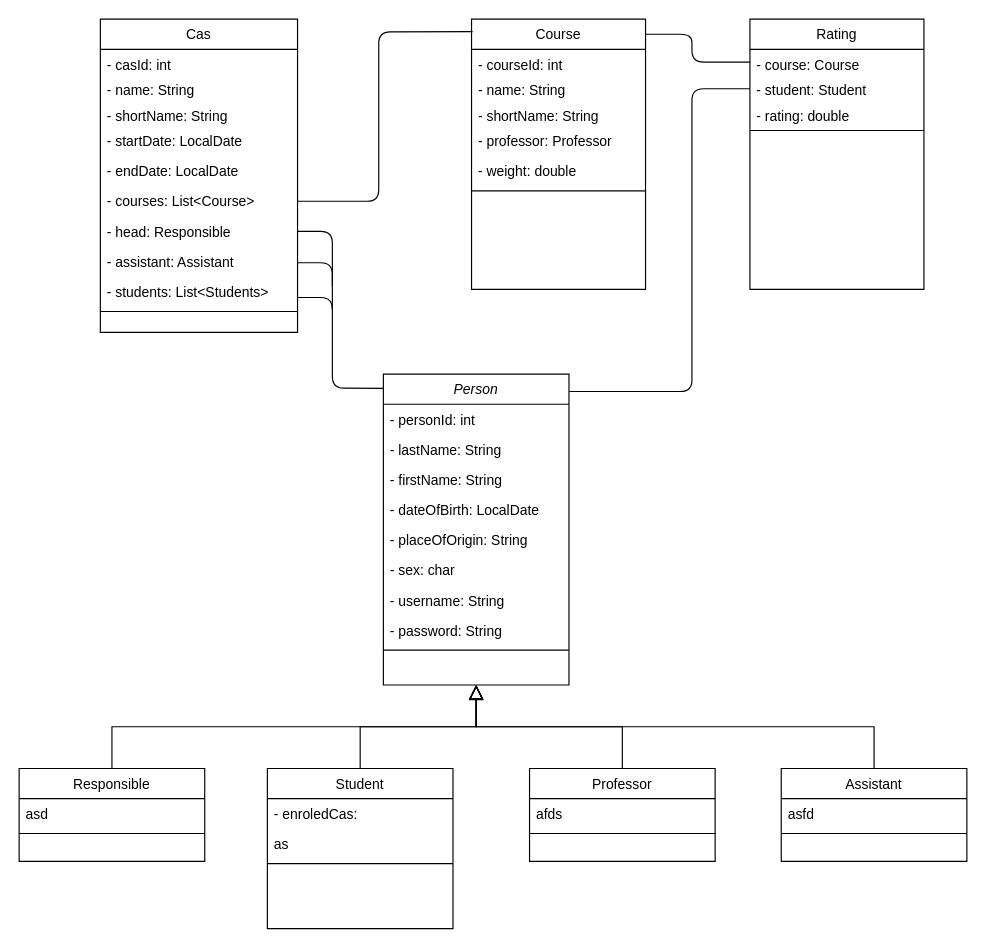
Above: page "Page-1" (1 of 2) of docs/Class.drawio in igorstojanovic91/bfh_equals (draw.io), before the change. Source tidied: cells renumbered, new cells numbered last; positions are measured from the earlier drawing's top-left corner, leaving out a move shared by most shapes. Both pictures are drawn from the tidied source at 116%, with x=0, y=0 at pixel (19, 19).
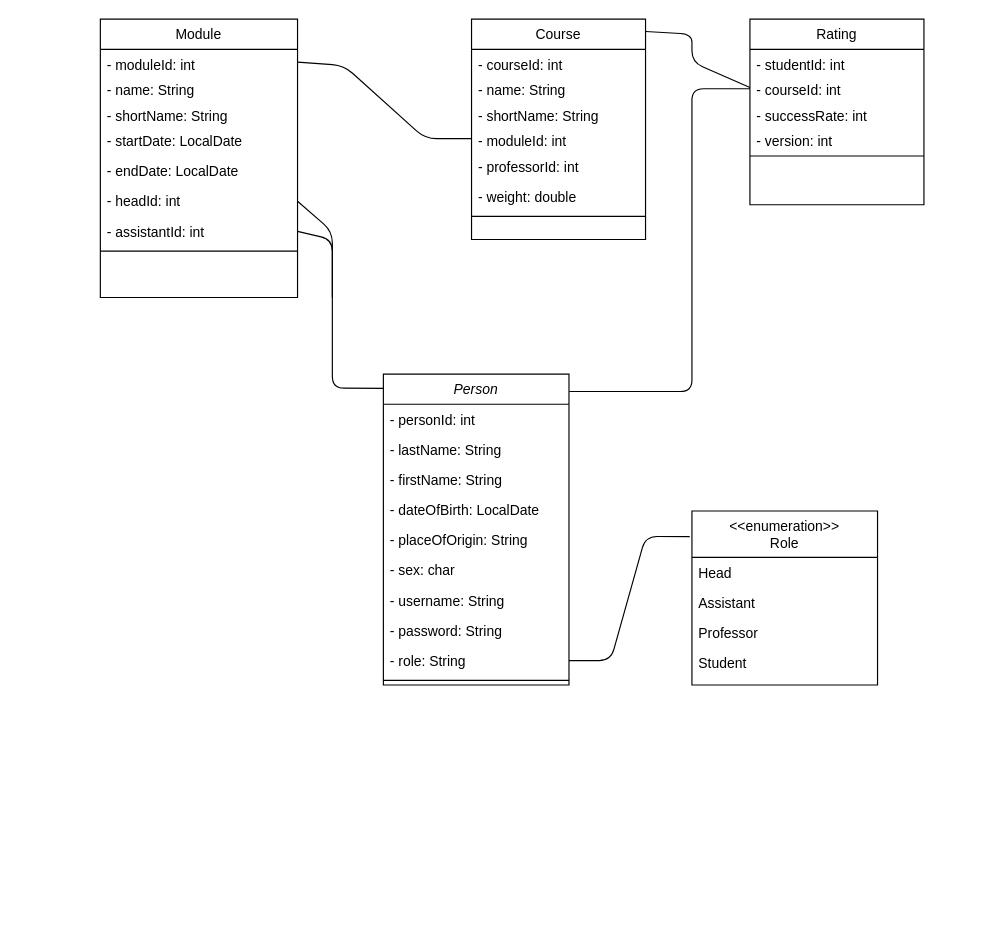
After the change.

Commit message:
Updating class diagram

The change refers to these unchanged cells:
```xml
<mxCell id="2" value="Person" style="swimlane;fontStyle=2;align=center;verticalAlign=top;horizontal=1;startSize=26;rounded=0;shadow=0;strokeWidth=1;" parent="1" vertex="1">
  <mxGeometry x="314" y="306" width="160" height="268" as="geometry" />
</mxCell>
```

The edit, as a diff of the source:
```diff
@@
+    <mxCell id="58" value="- role: String" style="text;align=left;verticalAlign=top;spacingLeft=4;spacingRight=4;overflow=hidden;points=[[0,0.5],[1,0.5]];portConstraint=eastwest;rounded=0;shadow=0;html=0;" parent="2" vertex="1">
+      <mxGeometry y="234" width="160" height="26" as="geometry" />
+    </mxCell>
     <mxCell id="11" style="line;html=1;strokeWidth=1;align=left;verticalAlign=middle;spacingTop=-1;spacingLeft=3;spacingRight=3;labelPosition=right;" parent="2" vertex="1">
-      <mxGeometry y="234" width="160" height="8" as="geometry" />
+      <mxGeometry y="260" width="160" height="8" as="geometry" />
     </mxCell>
-    <mxCell id="12" value="Student" style="swimlane;fontStyle=0;align=center;verticalAlign=top;horizontal=1;startSize=26;rounded=0;shadow=0;strokeWidth=1;" parent="1" vertex="1">
-      <mxGeometry x="214" y="646" width="160" height="138" as="geometry" />
-    </mxCell>
-    <mxCell id="13" value="- enroledCas: " style="text;align=left;verticalAlign=top;spacingLeft=4;spacingRight=4;overflow=hidden;" parent="12" vertex="1">
-      <mxGeometry y="26" width="160" height="26" as="geometry" />
-    </mxCell>
-    <mxCell id="14" value="as" style="text;align=left;verticalAlign=top;spacingLeft=4;spacingRight=4;overflow=hidden;rounded=0;shadow=0;html=0;" parent="12" vertex="1">
-      <mxGeometry y="52" width="160" height="26" as="geometry" />
-    </mxCell>
-    <mxCell id="15" style="line;html=1;strokeWidth=1;align=left;verticalAlign=middle;spacingTop=-1;spacingLeft=3;spacingRight=3;labelPosition=right;" parent="12" vertex="1">
-      <mxGeometry y="78" width="160" height="8" as="geometry" />
-    </mxCell>
-    <mxCell id="16" style="endArrow=block;endSize=10;endFill=0;shadow=0;strokeWidth=1;rounded=0;edgeStyle=elbowEdgeStyle;elbow=vertical;" parent="1" edge="1" source="12" target="2">
-      <mxGeometry relative="1" as="geometry" />
-    </mxCell>
-    <mxCell id="17" value="Professor" style="swimlane;fontStyle=0;align=center;verticalAlign=top;horizontal=1;startSize=26;rounded=0;shadow=0;strokeWidth=1;" parent="1" vertex="1">
-      <mxGeometry x="440" y="646" width="160" height="80" as="geometry" />
-    </mxCell>
-    <mxCell id="18" value="afds" style="text;align=left;verticalAlign=top;spacingLeft=4;spacingRight=4;overflow=hidden;" parent="17" vertex="1">
-      <mxGeometry y="26" width="160" height="26" as="geometry" />
-    </mxCell>
-    <mxCell id="19" style="line;html=1;strokeWidth=1;align=left;verticalAlign=middle;spacingTop=-1;spacingLeft=3;spacingRight=3;labelPosition=right;" parent="17" vertex="1">
-      <mxGeometry y="52" width="160" height="8" as="geometry" />
-    </mxCell>
-    <mxCell id="20" style="endArrow=block;endSize=10;endFill=0;shadow=0;strokeWidth=1;rounded=0;edgeStyle=elbowEdgeStyle;elbow=vertical;" parent="1" edge="1" source="17" target="2">
-      <mxGeometry relative="1" as="geometry" />
-    </mxCell>
-    <mxCell id="21" value="Cas" style="swimlane;fontStyle=0;align=center;verticalAlign=top;horizontal=1;startSize=26;rounded=0;shadow=0;strokeWidth=1;" parent="1" vertex="1">
-      <mxGeometry x="70" width="170" height="270" as="geometry" />
+    <mxCell id="21" value="Module" style="swimlane;fontStyle=0;align=center;verticalAlign=top;horizontal=1;startSize=26;rounded=0;shadow=0;strokeWidth=1;" parent="1" vertex="1">
+      <mxGeometry x="70" width="170" height="240" as="geometry" />
     </mxCell>
-    <mxCell id="22" value="- casId: int " style="text;align=left;verticalAlign=top;spacingLeft=4;spacingRight=4;overflow=hidden;points=[[0,0.5],[1,0.5]];portConstraint=eastwest;" parent="21" vertex="1">
+    <mxCell id="22" value="- moduleId: int " style="text;align=left;verticalAlign=top;spacingLeft=4;spacingRight=4;overflow=hidden;points=[[0,0.5],[1,0.5]];portConstraint=eastwest;" parent="21" vertex="1">
       <mxGeometry y="26" width="170" height="22" as="geometry" />
     </mxCell>
@@
-    <mxCell id="27" value="- courses: List&lt;Course&gt;" style="text;align=left;verticalAlign=top;spacingLeft=4;spacingRight=4;overflow=hidden;points=[[0,0.5],[1,0.5]];portConstraint=eastwest;rounded=0;shadow=0;html=0;" parent="21" vertex="1">
-      <mxGeometry y="144" width="170" height="26" as="geometry" />
-    </mxCell>
-    <mxCell id="28" value="- head: Responsible" style="text;align=left;verticalAlign=top;spacingLeft=4;spacingRight=4;overflow=hidden;points=[[0,0.5],[1,0.5]];portConstraint=eastwest;rounded=0;shadow=0;html=0;" parent="21" vertex="1">
-      <mxGeometry y="170" width="170" height="26" as="geometry" />
+    <mxCell id="28" value="- headId: int" style="text;align=left;verticalAlign=top;spacingLeft=4;spacingRight=4;overflow=hidden;points=[[0,0.5],[1,0.5]];portConstraint=eastwest;rounded=0;shadow=0;html=0;" parent="21" vertex="1">
+      <mxGeometry y="144" width="170" height="26" as="geometry" />
     </mxCell>
-    <mxCell id="29" value="- assistant: Assistant" style="text;align=left;verticalAlign=top;spacingLeft=4;spacingRight=4;overflow=hidden;points=[[0,0.5],[1,0.5]];portConstraint=eastwest;rounded=0;shadow=0;html=0;" parent="21" vertex="1">
-      <mxGeometry y="196" width="170" height="26" as="geometry" />
+    <mxCell id="29" value="- assistantId: int" style="text;align=left;verticalAlign=top;spacingLeft=4;spacingRight=4;overflow=hidden;points=[[0,0.5],[1,0.5]];portConstraint=eastwest;rounded=0;shadow=0;html=0;" parent="21" vertex="1">
+      <mxGeometry y="170" width="170" height="26" as="geometry" />
     </mxCell>
-    <mxCell id="30" value="- students: List&lt;Students&gt;" style="text;align=left;verticalAlign=top;spacingLeft=4;spacingRight=4;overflow=hidden;rounded=0;shadow=0;html=0;" parent="21" vertex="1">
-      <mxGeometry y="222" width="170" height="26" as="geometry" />
-    </mxCell>
     <mxCell id="31" style="line;html=1;strokeWidth=1;align=left;verticalAlign=middle;spacingTop=-1;spacingLeft=3;spacingRight=3;labelPosition=right;" parent="21" vertex="1">
-      <mxGeometry y="248" width="170" height="8" as="geometry" />
+      <mxGeometry y="196" width="170" height="8" as="geometry" />
     </mxCell>
     <mxCell id="32" value="Course" style="swimlane;fontStyle=0;align=center;verticalAlign=top;horizontal=1;startSize=26;rounded=0;shadow=0;strokeWidth=1;" parent="1" vertex="1">
-      <mxGeometry x="390" width="150" height="233" as="geometry" />
+      <mxGeometry x="390" width="150" height="190" as="geometry" />
     </mxCell>
@@
+    <mxCell id="59" value="- shortName: String" style="text;align=left;verticalAlign=top;spacingLeft=4;spacingRight=4;overflow=hidden;" parent="32" vertex="1">
+      <mxGeometry y="70" width="150" height="22" as="geometry" />
+    </mxCell>
-    <mxCell id="35" value="- shortName: String" style="text;align=left;verticalAlign=top;spacingLeft=4;spacingRight=4;overflow=hidden;points=[[0,0.5],[1,0.5]];portConstraint=eastwest;" parent="32" vertex="1">
-      <mxGeometry y="70" width="150" height="22" as="geometry" />
+    <mxCell id="35" value="- moduleId: int" style="text;align=left;verticalAlign=top;spacingLeft=4;spacingRight=4;overflow=hidden;points=[[0,0.5],[1,0.5]];portConstraint=eastwest;" parent="32" vertex="1">
+      <mxGeometry y="92" width="150" height="22" as="geometry" />
     </mxCell>
+    <mxCell id="60" value="- professorId: int" style="text;align=left;verticalAlign=top;spacingLeft=4;spacingRight=4;overflow=hidden;rounded=0;shadow=0;html=0;" parent="32" vertex="1">
+      <mxGeometry y="114" width="150" height="26" as="geometry" />
+    </mxCell>
-    <mxCell id="36" value="- professor: Professor" style="text;align=left;verticalAlign=top;spacingLeft=4;spacingRight=4;overflow=hidden;rounded=0;shadow=0;html=0;" parent="32" vertex="1">
-      <mxGeometry y="92" width="150" height="26" as="geometry" />
+    <mxCell id="36" value="- weight: double" style="text;align=left;verticalAlign=top;spacingLeft=4;spacingRight=4;overflow=hidden;rounded=0;shadow=0;html=0;" parent="32" vertex="1">
+      <mxGeometry y="140" width="150" height="26" as="geometry" />
     </mxCell>
-    <mxCell id="37" value="- weight: double" style="text;align=left;verticalAlign=top;spacingLeft=4;spacingRight=4;overflow=hidden;rounded=0;shadow=0;html=0;" parent="32" vertex="1">
-      <mxGeometry y="118" width="150" height="26" as="geometry" />
-    </mxCell>
     <mxCell id="38" style="line;html=1;strokeWidth=1;align=left;verticalAlign=middle;spacingTop=-1;spacingLeft=3;spacingRight=3;labelPosition=right;" parent="32" vertex="1">
-      <mxGeometry y="144" width="150" height="8" as="geometry" />
+      <mxGeometry y="166" width="150" height="8" as="geometry" />
     </mxCell>
-    <mxCell id="39" value="Assistant" style="swimlane;fontStyle=0;align=center;verticalAlign=top;horizontal=1;startSize=26;rounded=0;shadow=0;strokeWidth=1;" parent="1" vertex="1">
-      <mxGeometry x="657" y="646" width="160" height="80" as="geometry" />
-    </mxCell>
-    <mxCell id="40" value="asfd" style="text;align=left;verticalAlign=top;spacingLeft=4;spacingRight=4;overflow=hidden;" parent="39" vertex="1">
-      <mxGeometry y="26" width="160" height="26" as="geometry" />
-    </mxCell>
-    <mxCell id="41" style="line;html=1;strokeWidth=1;align=left;verticalAlign=middle;spacingTop=-1;spacingLeft=3;spacingRight=3;labelPosition=right;" parent="39" vertex="1">
-      <mxGeometry y="52" width="160" height="8" as="geometry" />
-    </mxCell>
-    <mxCell id="42" value="Responsible" style="swimlane;fontStyle=0;align=center;verticalAlign=top;horizontal=1;startSize=26;rounded=0;shadow=0;strokeWidth=1;" parent="1" vertex="1">
-      <mxGeometry y="646" width="160" height="80" as="geometry" />
-    </mxCell>
-    <mxCell id="43" value="asd" style="text;align=left;verticalAlign=top;spacingLeft=4;spacingRight=4;overflow=hidden;" parent="42" vertex="1">
-      <mxGeometry y="26" width="160" height="26" as="geometry" />
-    </mxCell>
-    <mxCell id="44" style="line;html=1;strokeWidth=1;align=left;verticalAlign=middle;spacingTop=-1;spacingLeft=3;spacingRight=3;labelPosition=right;" parent="42" vertex="1">
-      <mxGeometry y="52" width="160" height="8" as="geometry" />
-    </mxCell>
-    <mxCell id="45" style="endArrow=block;endSize=10;endFill=0;shadow=0;strokeWidth=1;rounded=0;edgeStyle=elbowEdgeStyle;elbow=vertical;exitX=0.5;exitY=0;exitDx=0;exitDy=0;entryX=0.5;entryY=1.02;entryDx=0;entryDy=0;entryPerimeter=0;" parent="1" edge="1" source="42">
-      <mxGeometry relative="1" as="geometry">
-        <mxPoint x="394" y="574.5" as="targetPoint" />
-      </mxGeometry>
-    </mxCell>
-    <mxCell id="46" style="endArrow=block;endSize=10;endFill=0;shadow=0;strokeWidth=1;rounded=0;edgeStyle=elbowEdgeStyle;elbow=vertical;exitX=0.5;exitY=0;exitDx=0;exitDy=0;entryX=0.5;entryY=0.994;entryDx=0;entryDy=0;entryPerimeter=0;" parent="1" edge="1" source="39">
-      <mxGeometry relative="1" as="geometry">
-        <mxPoint x="394" y="573.8" as="targetPoint" />
-      </mxGeometry>
-    </mxCell>
-    <mxCell id="47" style="endArrow=none;html=1;exitX=1;exitY=0.5;exitDx=0;exitDy=0;entryX=0.006;entryY=0.046;entryDx=0;entryDy=0;entryPerimeter=0;endFill=0;" parent="1" edge="1" source="27" target="32">
+    <mxCell id="47" style="endArrow=none;html=1;exitX=1;exitY=0.5;exitDx=0;exitDy=0;entryX=0;entryY=0.5;entryDx=0;entryDy=0;endFill=0;" parent="1" edge="1" source="22" target="35">
       <mxGeometry relative="1" as="geometry">
         <Array as="points">
-          <mxPoint x="310" y="157" />
-          <mxPoint x="310" y="11" />
+          <mxPoint x="280" y="40" />
+          <mxPoint x="350" y="103" />
         </Array>
       </mxGeometry>
     </mxCell>
-    <mxCell id="48" style="endArrow=none;html=1;entryX=0;entryY=0.046;entryDx=0;entryDy=0;entryPerimeter=0;" parent="1" edge="1" target="2">
+    <mxCell id="48" style="endArrow=none;html=1;entryX=0;entryY=0.046;entryDx=0;entryDy=0;entryPerimeter=0;exitX=1;exitY=0.5;exitDx=0;exitDy=0;" parent="1" edge="1" source="29" target="2">
       <mxGeometry relative="1" as="geometry">
-        <mxPoint x="240" y="240" as="sourcePoint" />
         <Array as="points">
+          <mxPoint x="270" y="190" />
           <mxPoint x="270" y="240" />
           <mxPoint x="270" y="318" />
         </Array>
       </mxGeometry>
     </mxCell>
-    <mxCell id="49" style="endArrow=none;html=1;" parent="1" edge="1">
-      <mxGeometry relative="1" as="geometry">
-        <mxPoint x="240" y="210" as="sourcePoint" />
-        <mxPoint x="270" y="250" as="targetPoint" />
-        <Array as="points">
-          <mxPoint x="270" y="210" />
-        </Array>
-      </mxGeometry>
-    </mxCell>
     <mxCell id="50" style="endArrow=none;html=1;exitX=1;exitY=0.5;exitDx=0;exitDy=0;" parent="1" edge="1" source="28">
       <mxGeometry relative="1" as="geometry">
-        <mxPoint x="270" y="230" as="targetPoint" />
+        <mxPoint x="270" y="240" as="targetPoint" />
         <Array as="points">
           <mxPoint x="270" y="183" />
         </Array>
       </mxGeometry>
     </mxCell>
     <mxCell id="51" value="Rating" style="swimlane;fontStyle=0;align=center;verticalAlign=top;horizontal=1;startSize=26;rounded=0;shadow=0;strokeWidth=1;" parent="1" vertex="1">
-      <mxGeometry x="630" width="150" height="233" as="geometry" />
+      <mxGeometry x="630" width="150" height="160" as="geometry" />
     </mxCell>
+    <mxCell id="53" value="- studentId: int" style="text;align=left;verticalAlign=top;spacingLeft=4;spacingRight=4;overflow=hidden;" parent="51" vertex="1">
+      <mxGeometry y="26" width="150" height="22" as="geometry" />
+    </mxCell>
-    <mxCell id="52" value="- course: Course" style="text;align=left;verticalAlign=top;spacingLeft=4;spacingRight=4;overflow=hidden;points=[[0,0.5],[1,0.5]];portConstraint=eastwest;" parent="51" vertex="1">
-      <mxGeometry y="26" width="150" height="22" as="geometry" />
+    <mxCell id="52" value="- courseId: int" style="text;align=left;verticalAlign=top;spacingLeft=4;spacingRight=4;overflow=hidden;points=[[0,0.5],[1,0.5]];portConstraint=eastwest;" parent="51" vertex="1">
+      <mxGeometry y="48" width="150" height="22" as="geometry" />
     </mxCell>
-    <mxCell id="53" value="- student: Student" style="text;align=left;verticalAlign=top;spacingLeft=4;spacingRight=4;overflow=hidden;" parent="51" vertex="1">
-      <mxGeometry y="48" width="150" height="22" as="geometry" />
-    </mxCell>
-    <mxCell id="54" value="- rating: double" style="text;align=left;verticalAlign=top;spacingLeft=4;spacingRight=4;overflow=hidden;" parent="51" vertex="1">
+    <mxCell id="54" value="- successRate: int" style="text;align=left;verticalAlign=top;spacingLeft=4;spacingRight=4;overflow=hidden;" parent="51" vertex="1">
       <mxGeometry y="70" width="150" height="22" as="geometry" />
     </mxCell>
+    <mxCell id="61" value="- version: int" style="text;align=left;verticalAlign=top;spacingLeft=4;spacingRight=4;overflow=hidden;" parent="51" vertex="1">
+      <mxGeometry y="92" width="150" height="22" as="geometry" />
+    </mxCell>
     <mxCell id="55" style="line;html=1;strokeWidth=1;align=left;verticalAlign=middle;spacingTop=-1;spacingLeft=3;spacingRight=3;labelPosition=right;" parent="51" vertex="1">
-      <mxGeometry y="92" width="150" height="8" as="geometry" />
+      <mxGeometry y="114" width="150" height="8" as="geometry" />
     </mxCell>
@@
+    <mxCell id="62" value="&lt;&lt;enumeration&gt;&gt;&#10;Role" style="swimlane;fontStyle=0;align=center;verticalAlign=top;horizontal=1;startSize=40;rounded=0;shadow=0;strokeWidth=1;" parent="1" vertex="1">
+      <mxGeometry x="580" y="424" width="160" height="150" as="geometry" />
+    </mxCell>
+    <mxCell id="63" value="Head" style="text;align=left;verticalAlign=top;spacingLeft=4;spacingRight=4;overflow=hidden;rounded=0;shadow=0;html=0;" parent="62" vertex="1">
+      <mxGeometry y="40" width="160" height="26" as="geometry" />
+    </mxCell>
+    <mxCell id="39" value="Assistant" style="text;align=left;verticalAlign=top;spacingLeft=4;spacingRight=4;overflow=hidden;points=[[0,0.5],[1,0.5]];portConstraint=eastwest;rounded=0;shadow=0;html=0;" parent="62" vertex="1">
+      <mxGeometry y="66" width="160" height="26" as="geometry" />
+    </mxCell>
+    <mxCell id="17" value="Professor" style="text;align=left;verticalAlign=top;spacingLeft=4;spacingRight=4;overflow=hidden;points=[[0,0.5],[1,0.5]];portConstraint=eastwest;rounded=0;shadow=0;html=0;" parent="62" vertex="1">
+      <mxGeometry y="92" width="160" height="26" as="geometry" />
+    </mxCell>
+    <mxCell id="12" value="Student" style="text;align=left;verticalAlign=top;spacingLeft=4;spacingRight=4;overflow=hidden;points=[[0,0.5],[1,0.5]];portConstraint=eastwest;rounded=0;shadow=0;html=0;" parent="62" vertex="1">
+      <mxGeometry y="118" width="160" height="26" as="geometry" />
+    </mxCell>
+    <mxCell id="64" style="endArrow=none;html=1;entryX=-0.012;entryY=0.147;entryDx=0;entryDy=0;entryPerimeter=0;exitX=1;exitY=0.5;exitDx=0;exitDy=0;" parent="1" edge="1" source="58" target="62">
+      <mxGeometry relative="1" as="geometry">
+        <Array as="points">
+          <mxPoint x="510" y="553" />
+          <mxPoint x="540" y="446" />
+        </Array>
+      </mxGeometry>
+    </mxCell>
```
